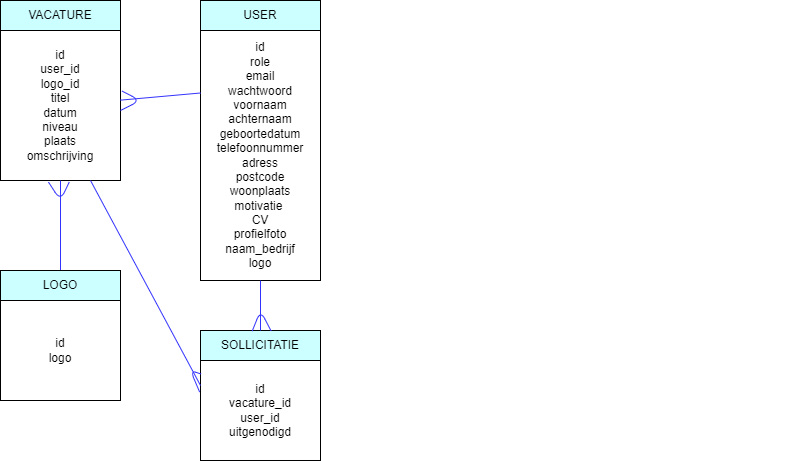
Before: documents/design/VAC_ERD_Gegevensmodel_LD_v3.png, a diagram exported from draw.io (LiekeDeckers/educom-vacIT). Source tidied: cells renumbered, new cells last; positions are measured from the earlier drawing's top-left corner, leaving out a move shared by most shapes. The source it was exported from:
```xml
<mxGraphModel>
  <root>
    <mxCell id="0" />
    <mxCell id="1" parent="0" />
    <mxCell id="2" value="id&lt;br&gt;user_id&lt;br&gt;logo_id&lt;br&gt;titel&lt;br&gt;datum&lt;br&gt;niveau&lt;br&gt;plaats&lt;br&gt;omschrijving" style="rounded=0;whiteSpace=wrap;html=1;strokeColor=#000000;fillColor=#FFFFFF;fontColor=#000000;" parent="1" vertex="1">
      <mxGeometry y="30" width="120" height="150" as="geometry" />
    </mxCell>
    <mxCell id="3" value="&lt;font color=&quot;#000000&quot;&gt;VACATURE&lt;/font&gt;" style="rounded=0;whiteSpace=wrap;html=1;fillColor=#CCFFFF;strokeColor=#000000;" parent="1" vertex="1">
      <mxGeometry width="120" height="30" as="geometry" />
    </mxCell>
    <mxCell id="4" value="&lt;font color=&quot;#000000&quot;&gt;USER&lt;/font&gt;" style="rounded=0;whiteSpace=wrap;html=1;fillColor=#CCFFFF;strokeColor=#000000;" parent="1" vertex="1">
      <mxGeometry x="200" width="120" height="30" as="geometry" />
    </mxCell>
    <mxCell id="5" value="id&lt;br&gt;role&lt;br&gt;email&lt;br&gt;wachtwoord&lt;br&gt;voornaam&lt;br&gt;achternaam&lt;br&gt;geboortedatum&lt;br&gt;telefoonnummer&lt;br&gt;adress&lt;br&gt;postcode&lt;br&gt;woonplaats&lt;br&gt;motivatie&amp;nbsp;&lt;br&gt;CV&lt;br&gt;profielfoto&lt;br&gt;naam_bedrijf&lt;br&gt;logo" style="rounded=0;whiteSpace=wrap;html=1;strokeColor=#000000;fillColor=#FFFFFF;fontColor=#000000;" parent="1" vertex="1">
      <mxGeometry x="200" y="30" width="120" height="250" as="geometry" />
    </mxCell>
    <mxCell id="6" value="&lt;font color=&quot;#000000&quot;&gt;SOLLICITATIE&lt;/font&gt;" style="rounded=0;whiteSpace=wrap;html=1;fillColor=#CCFFFF;strokeColor=#000000;" parent="1" vertex="1">
      <mxGeometry x="200" y="330" width="120" height="30" as="geometry" />
    </mxCell>
    <mxCell id="7" value="id&lt;br&gt;vacature_id&lt;br&gt;user_id&lt;br&gt;uitgenodigd" style="rounded=0;whiteSpace=wrap;html=1;strokeColor=#000000;fillColor=#FFFFFF;fontColor=#000000;" parent="1" vertex="1">
      <mxGeometry x="200" y="360" width="120" height="100" as="geometry" />
    </mxCell>
    <mxCell id="8" style="edgeStyle=none;html=1;" parent="1" edge="1">
      <mxGeometry relative="1" as="geometry">
        <mxPoint x="800" y="150" as="sourcePoint" />
        <mxPoint x="800" y="150" as="targetPoint" />
      </mxGeometry>
    </mxCell>
    <mxCell id="9" style="endArrow=none;html=1;strokeColor=#3333FF;exitX=0.5;exitY=1;exitDx=0;exitDy=0;entryX=0.5;entryY=0;entryDx=0;entryDy=0;" parent="1" edge="1" source="2" target="10">
      <mxGeometry relative="1" as="geometry" />
    </mxCell>
    <mxCell id="10" value="&lt;font color=&quot;#000000&quot;&gt;LOGO&lt;/font&gt;" style="rounded=0;whiteSpace=wrap;html=1;fillColor=#CCFFFF;strokeColor=#000000;" parent="1" vertex="1">
      <mxGeometry y="270" width="120" height="30" as="geometry" />
    </mxCell>
    <mxCell id="11" value="id&lt;br&gt;logo" style="rounded=0;whiteSpace=wrap;html=1;strokeColor=#000000;fillColor=#FFFFFF;fontColor=#000000;" parent="1" vertex="1">
      <mxGeometry y="300" width="120" height="100" as="geometry" />
    </mxCell>
    <mxCell id="12" style="endArrow=none;html=1;strokeColor=#3333FF;exitX=0;exitY=0.25;exitDx=0;exitDy=0;" parent="1" edge="1" source="5" target="2">
      <mxGeometry relative="1" as="geometry" />
    </mxCell>
    <mxCell id="13" style="endArrow=none;html=1;strokeColor=#3333FF;exitX=0.5;exitY=1;exitDx=0;exitDy=0;" parent="1" edge="1" source="5" target="6">
      <mxGeometry relative="1" as="geometry" />
    </mxCell>
    <mxCell id="14" style="endArrow=none;html=1;strokeColor=#3333FF;exitX=0.75;exitY=1;exitDx=0;exitDy=0;entryX=0;entryY=0.25;entryDx=0;entryDy=0;" parent="1" edge="1" source="2" target="7">
      <mxGeometry relative="1" as="geometry" />
    </mxCell>
    <mxCell id="15" style="endArrow=none;html=1;strokeColor=#3333FF;exitX=0.573;exitY=1.01;exitDx=0;exitDy=0;entryX=0.4;entryY=1.011;entryDx=0;entryDy=0;exitPerimeter=0;entryPerimeter=0;" parent="1" edge="1" source="2" target="2">
      <mxGeometry relative="1" as="geometry">
        <Array as="points">
          <mxPoint x="60" y="200" />
        </Array>
      </mxGeometry>
    </mxCell>
    <mxCell id="16" style="endArrow=none;html=1;strokeColor=#3333FF;exitX=0.587;exitY=0.006;exitDx=0;exitDy=0;entryX=0.431;entryY=0.019;entryDx=0;entryDy=0;entryPerimeter=0;exitPerimeter=0;" parent="1" edge="1" source="6" target="6">
      <mxGeometry relative="1" as="geometry">
        <Array as="points">
          <mxPoint x="260" y="310" />
        </Array>
      </mxGeometry>
    </mxCell>
    <mxCell id="17" style="endArrow=none;html=1;strokeColor=#3333FF;exitX=1.013;exitY=0.404;exitDx=0;exitDy=0;exitPerimeter=0;" parent="1" edge="1" source="2" target="2">
      <mxGeometry relative="1" as="geometry">
        <Array as="points">
          <mxPoint x="140" y="100" />
          <mxPoint x="120" y="110" />
        </Array>
      </mxGeometry>
    </mxCell>
    <mxCell id="18" style="endArrow=none;html=1;strokeColor=#3333FF;exitX=0.004;exitY=0.135;exitDx=0;exitDy=0;entryX=-0.007;entryY=0.316;entryDx=0;entryDy=0;entryPerimeter=0;exitPerimeter=0;" parent="1" edge="1" source="7" target="7">
      <mxGeometry relative="1" as="geometry">
        <Array as="points">
          <mxPoint x="190" y="370" />
        </Array>
      </mxGeometry>
    </mxCell>
  </root>
</mxGraphModel>
```
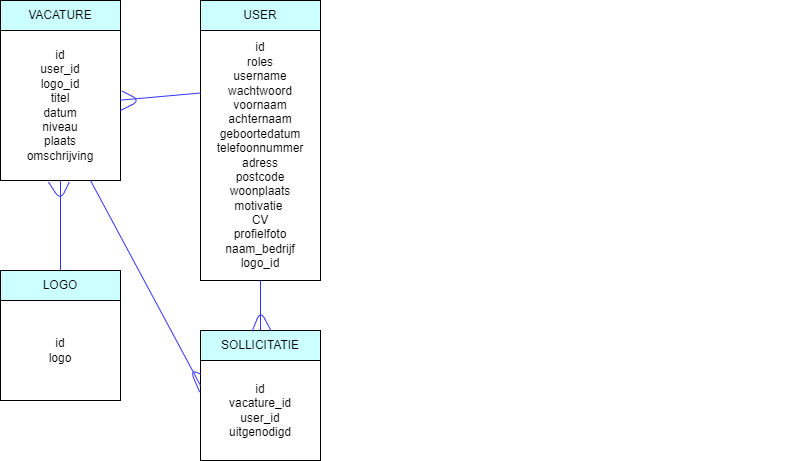
After the change.

Change to the diagram source:
```diff
@@ -11,7 +11,7 @@
     <mxCell id="4" value="&lt;font color=&quot;#000000&quot;&gt;USER&lt;/font&gt;" style="rounded=0;whiteSpace=wrap;html=1;fillColor=#CCFFFF;strokeColor=#000000;" parent="1" vertex="1">
       <mxGeometry x="200" width="120" height="30" as="geometry" />
     </mxCell>
-    <mxCell id="5" value="id&lt;br&gt;role&lt;br&gt;email&lt;br&gt;wachtwoord&lt;br&gt;voornaam&lt;br&gt;achternaam&lt;br&gt;geboortedatum&lt;br&gt;telefoonnummer&lt;br&gt;adress&lt;br&gt;postcode&lt;br&gt;woonplaats&lt;br&gt;motivatie&amp;nbsp;&lt;br&gt;CV&lt;br&gt;profielfoto&lt;br&gt;naam_bedrijf&lt;br&gt;logo" style="rounded=0;whiteSpace=wrap;html=1;strokeColor=#000000;fillColor=#FFFFFF;fontColor=#000000;" parent="1" vertex="1">
+    <mxCell id="5" value="id&lt;br&gt;roles&lt;br&gt;username&lt;br&gt;wachtwoord&lt;br&gt;voornaam&lt;br&gt;achternaam&lt;br&gt;geboortedatum&lt;br&gt;telefoonnummer&lt;br&gt;adress&lt;br&gt;postcode&lt;br&gt;woonplaats&lt;br&gt;motivatie&amp;nbsp;&lt;br&gt;CV&lt;br&gt;profielfoto&lt;br&gt;naam_bedrijf&lt;br&gt;logo_id" style="rounded=0;whiteSpace=wrap;html=1;strokeColor=#000000;fillColor=#FFFFFF;fontColor=#000000;" parent="1" vertex="1">
       <mxGeometry x="200" y="30" width="120" height="250" as="geometry" />
     </mxCell>
     <mxCell id="6" value="&lt;font color=&quot;#000000&quot;&gt;SOLLICITATIE&lt;/font&gt;" style="rounded=0;whiteSpace=wrap;html=1;fillColor=#CCFFFF;strokeColor=#000000;" parent="1" vertex="1">
```
